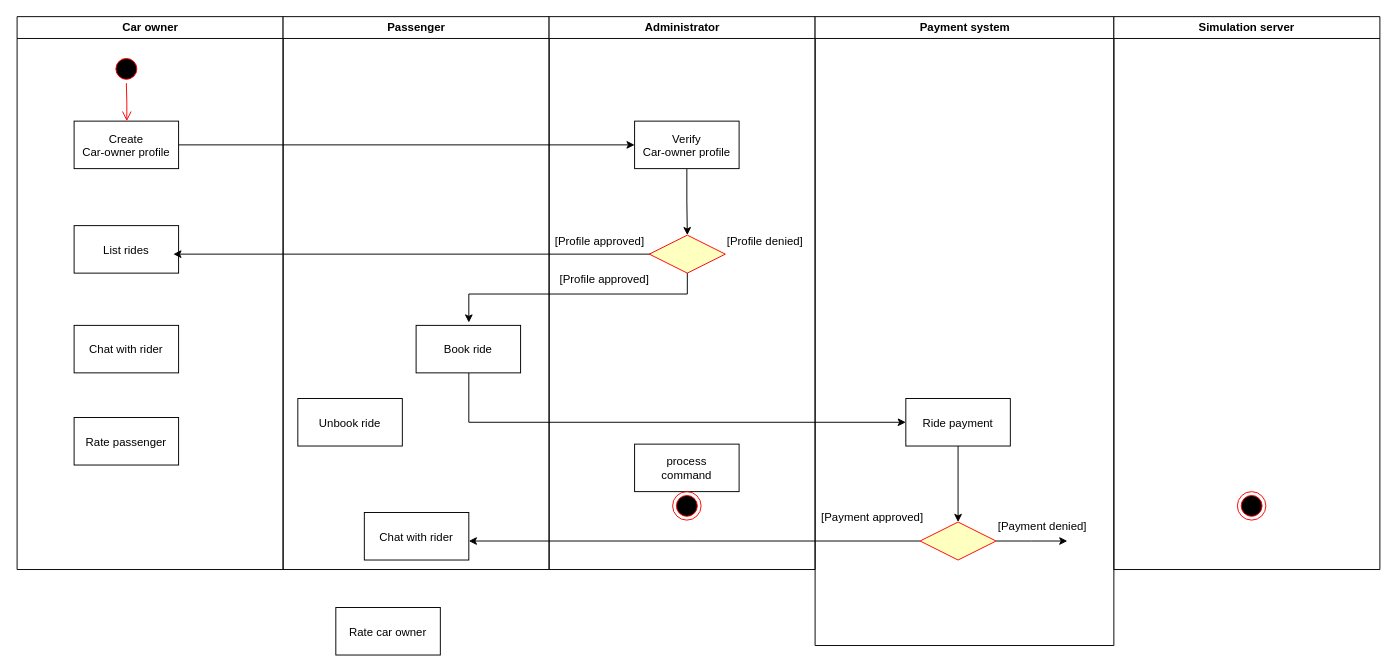
The draw.io diagram Untitled Diagram.drawio in Cluster321/TDDC88, before the edit. Source tidied: cells renumbered, new cells numbered last; positions are measured from the earlier drawing's top-left corner, leaving out a move shared by most shapes. Both pictures are drawn from the tidied source at 95%, with x=0, y=0 at pixel (16, 16).
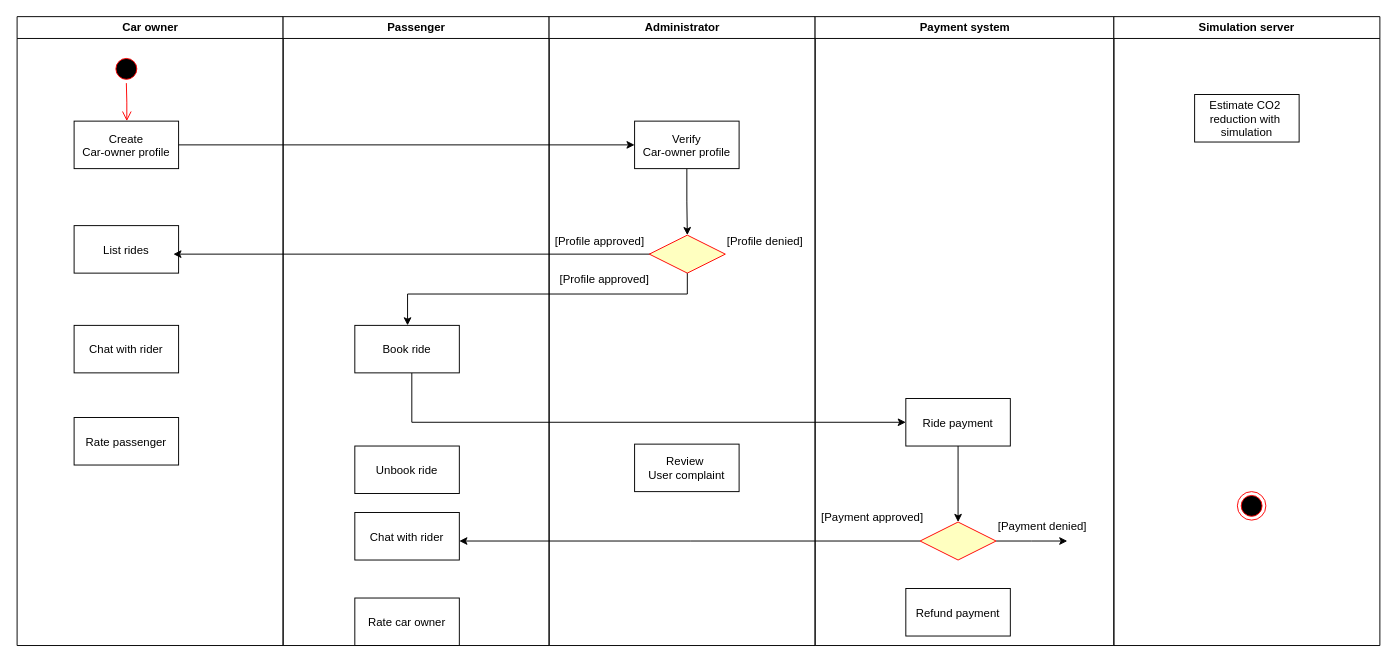
The same diagram, later.

The change refers to these unchanged cells:
```xml
<mxCell id="25" value="Payment system" style="swimlane;whiteSpace=wrap;startSize=23;" parent="1" vertex="1">
  <mxGeometry x="840.5" width="314.5" height="662" as="geometry" />
</mxCell>
<mxCell id="27" value="Ride payment" parent="25" vertex="1">
  <mxGeometry x="95.5" y="402" width="110" height="50" as="geometry" />
</mxCell>
<mxCell id="29" style="rhombus;fillColor=#ffffc0;strokeColor=#ff0000;" parent="25" vertex="1">
  <mxGeometry x="110.5" y="532" width="80" height="40" as="geometry" />
</mxCell>
```

Change to the diagram source:
```diff
@@
     <mxCell id="2" value="Car owner" style="swimlane;whiteSpace=wrap;" parent="1" vertex="1">
-      <mxGeometry x="0.5" width="280" height="582" as="geometry" />
+      <mxGeometry x="0.5" width="280" height="662" as="geometry" />
     </mxCell>
@@
     <mxCell id="10" value="Passenger" style="swimlane;whiteSpace=wrap;startSize=23;" parent="1" vertex="1">
-      <mxGeometry x="280.5" width="280" height="582" as="geometry" />
+      <mxGeometry x="280.5" width="280" height="662" as="geometry" />
     </mxCell>
     <mxCell id="11" style="edgeStyle=elbowEdgeStyle;rounded=0;jettySize=auto;html=1;entryX=0;entryY=0.5;entryDx=0;entryDy=0;" parent="10" edge="1" target="27">
       <mxGeometry relative="1" as="geometry">
-        <mxPoint x="195.5" y="375" as="sourcePoint" />
+        <mxPoint x="135.5" y="375" as="sourcePoint" />
         <Array as="points">
-          <mxPoint x="195.5" y="412" />
+          <mxPoint x="135.5" y="412" />
         </Array>
       </mxGeometry>
     </mxCell>
     <mxCell id="12" value="Book ride" parent="10" vertex="1">
-      <mxGeometry x="140" y="325" width="110" height="50" as="geometry" />
+      <mxGeometry x="75.5" y="325" width="110" height="50" as="geometry" />
     </mxCell>
-    <mxCell id="13" style="edgeStyle=orthogonalEdgeStyle;rounded=0;orthogonalLoop=1;jettySize=auto;html=1;" parent="10" edge="1">
+    <mxCell id="13" style="edgeStyle=orthogonalEdgeStyle;rounded=0;jettySize=auto;html=1;" parent="10" edge="1" target="12">
       <mxGeometry relative="1" as="geometry">
         <mxPoint x="425.5" y="269" as="sourcePoint" />
-        <mxPoint x="195.5" y="322" as="targetPoint" />
         <Array as="points">
           <mxPoint x="426" y="292" />
-          <mxPoint x="196" y="292" />
+          <mxPoint x="131" y="292" />
         </Array>
       </mxGeometry>
     </mxCell>
     <mxCell id="14" value="Unbook ride" parent="10" vertex="1">
-      <mxGeometry x="15.5" y="402" width="110" height="50" as="geometry" />
+      <mxGeometry x="75.5" y="452" width="110" height="50" as="geometry" />
     </mxCell>
     <mxCell id="15" value="Chat with rider" parent="10" vertex="1">
-      <mxGeometry x="85.5" y="522" width="110" height="50" as="geometry" />
+      <mxGeometry x="75.5" y="522" width="110" height="50" as="geometry" />
     </mxCell>
+    <mxCell id="35" value="Rate car owner" parent="10" vertex="1">
+      <mxGeometry x="75.5" y="612" width="110" height="50" as="geometry" />
+    </mxCell>
     <mxCell id="16" value="Administrator" style="swimlane;whiteSpace=wrap;startSize=23;" parent="1" vertex="1">
-      <mxGeometry x="560.5" width="280" height="582" as="geometry" />
+      <mxGeometry x="560.5" width="280" height="662" as="geometry" />
     </mxCell>
-    <mxCell id="17" value="process&#10;command" parent="16" vertex="1">
+    <mxCell id="17" value="Review &#10;User complaint" parent="16" vertex="1">
       <mxGeometry x="90" y="450" width="110" height="50" as="geometry" />
     </mxCell>
-    <mxCell id="18" style="ellipse;shape=endState;fillColor=#000000;strokeColor=#ff0000;" parent="16" vertex="1">
-      <mxGeometry x="130" y="500" width="30" height="30" as="geometry" />
-    </mxCell>
@@
+    <mxCell id="37" value="Refund payment" parent="25" vertex="1">
+      <mxGeometry x="95.5" y="602" width="110" height="50" as="geometry" />
+    </mxCell>
     <mxCell id="32" value="Simulation server" style="swimlane;whiteSpace=wrap;startSize=23;" parent="1" vertex="1">
-      <mxGeometry x="1155" width="280" height="582" as="geometry" />
+      <mxGeometry x="1155" width="280" height="662" as="geometry" />
     </mxCell>
@@
+    <mxCell id="38" value="Estimate CO2 &#10;reduction with &#10;simulation" parent="32" vertex="1">
+      <mxGeometry x="85" y="82" width="110" height="50" as="geometry" />
+    </mxCell>
@@
-    <mxCell id="35" value="Rate car owner" parent="1" vertex="1">
-      <mxGeometry x="336" y="622" width="110" height="50" as="geometry" />
-    </mxCell>
     <mxCell id="36" style="edgeStyle=orthogonalEdgeStyle;rounded=0;jettySize=auto;html=1;" parent="1" edge="1" source="29">
       <mxGeometry relative="1" as="geometry">
-        <mxPoint x="476" y="552" as="targetPoint" />
+        <mxPoint x="466" y="552" as="targetPoint" />
       </mxGeometry>
     </mxCell>
```
